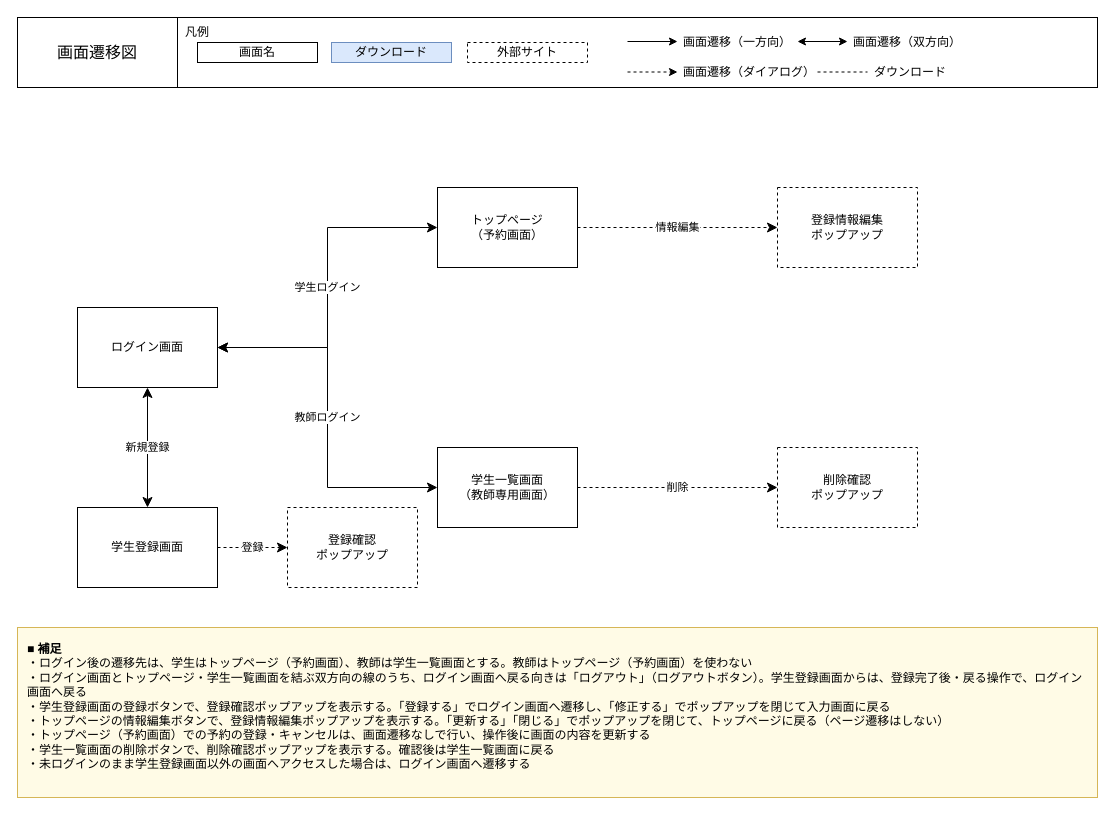
yuhihamada0703/shower-reservation keeps this draw.io diagram as page "画面遷移図" (2 of 4) of docs/基本設計.drawio. Above is the earlier version. Source tidied: cells renumbered, new cells numbered last; positions are measured from the earlier drawing's top-left corner, leaving out a move shared by most shapes. Both pictures are drawn from the tidied source at 100%, with x=0, y=0 at pixel (17, 17).
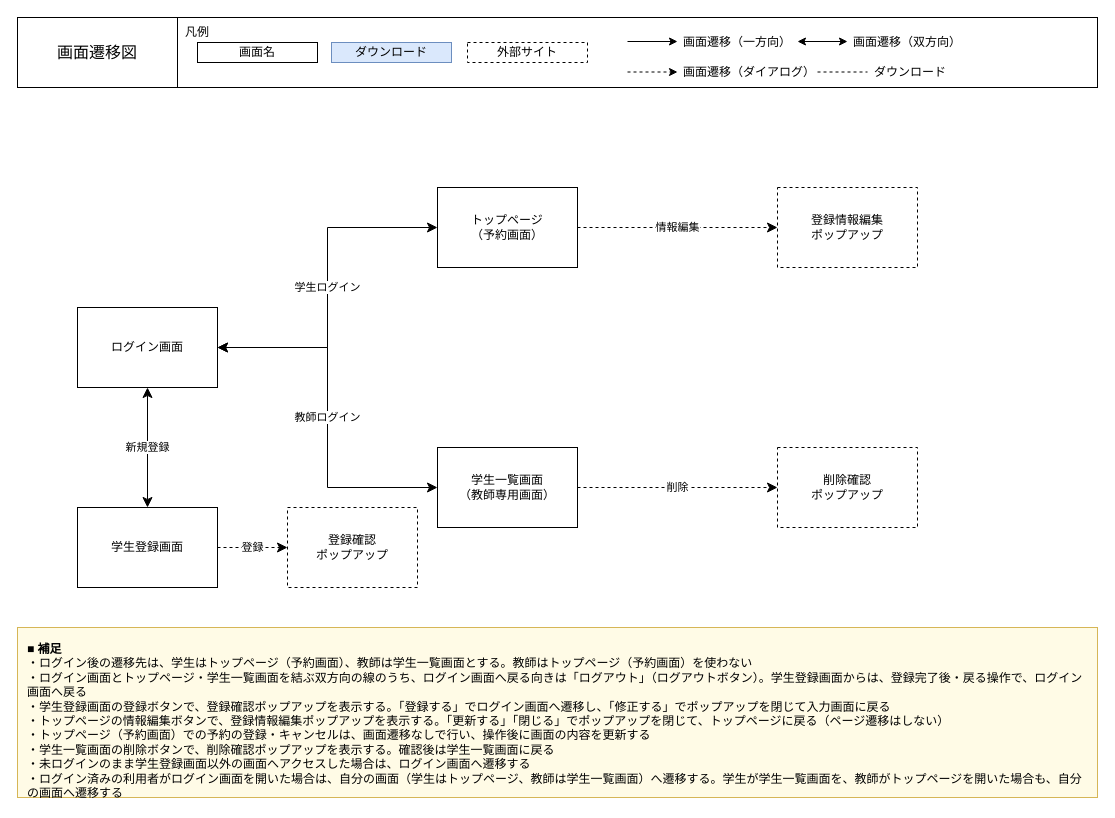
The same page after the edit.

What changed in the source:
```diff
@@
-    <mxCell id="29" value="&lt;b&gt;■ 補足&lt;/b&gt;&lt;br&gt;・ログイン後の遷移先は、学生はトップページ（予約画面）、教師は学生一覧画面とする。教師はトップページ（予約画面）を使わない&lt;br&gt;・ログイン画面とトップページ・学生一覧画面を結ぶ双方向の線のうち、ログイン画面へ戻る向きは「ログアウト」（ログアウトボタン）。学生登録画面からは、登録完了後・戻る操作で、ログイン画面へ戻る&lt;br&gt;・学生登録画面の登録ボタンで、登録確認ポップアップを表示する。「登録する」でログイン画面へ遷移し、「修正する」でポップアップを閉じて入力画面に戻る&lt;br&gt;・トップページの情報編集ボタンで、登録情報編集ポップアップを表示する。「更新する」「閉じる」でポップアップを閉じて、トップページに戻る（ページ遷移はしない）&lt;br&gt;・トップページ（予約画面）での予約の登録・キャンセルは、画面遷移なしで行い、操作後に画面の内容を更新する&lt;br&gt;・学生一覧画面の削除ボタンで、削除確認ポップアップを表示する。確認後は学生一覧画面に戻る&lt;br&gt;・未ログインのまま学生登録画面以外の画面へアクセスした場合は、ログイン画面へ遷移する" style="text;html=1;whiteSpace=wrap;align=left;verticalAlign=top;strokeColor=#d6b656;fillColor=#fffbe6;spacing=10;" parent="1" vertex="1">
+    <mxCell id="29" value="&lt;b&gt;■ 補足&lt;/b&gt;&lt;br&gt;・ログイン後の遷移先は、学生はトップページ（予約画面）、教師は学生一覧画面とする。教師はトップページ（予約画面）を使わない&lt;br&gt;・ログイン画面とトップページ・学生一覧画面を結ぶ双方向の線のうち、ログイン画面へ戻る向きは「ログアウト」（ログアウトボタン）。学生登録画面からは、登録完了後・戻る操作で、ログイン画面へ戻る&lt;br&gt;・学生登録画面の登録ボタンで、登録確認ポップアップを表示する。「登録する」でログイン画面へ遷移し、「修正する」でポップアップを閉じて入力画面に戻る&lt;br&gt;・トップページの情報編集ボタンで、登録情報編集ポップアップを表示する。「更新する」「閉じる」でポップアップを閉じて、トップページに戻る（ページ遷移はしない）&lt;br&gt;・トップページ（予約画面）での予約の登録・キャンセルは、画面遷移なしで行い、操作後に画面の内容を更新する&lt;br&gt;・学生一覧画面の削除ボタンで、削除確認ポップアップを表示する。確認後は学生一覧画面に戻る&lt;br&gt;・未ログインのまま学生登録画面以外の画面へアクセスした場合は、ログイン画面へ遷移する&lt;br&gt;・ログイン済みの利用者がログイン画面を開いた場合は、自分の画面（学生はトップページ、教師は学生一覧画面）へ遷移する。学生が学生一覧画面を、教師がトップページを開いた場合も、自分の画面へ遷移する" style="text;html=1;whiteSpace=wrap;align=left;verticalAlign=top;strokeColor=#d6b656;fillColor=#fffbe6;spacing=10;" parent="1" vertex="1">
       <mxGeometry y="610" width="1080" height="170" as="geometry" />
     </mxCell>
```
